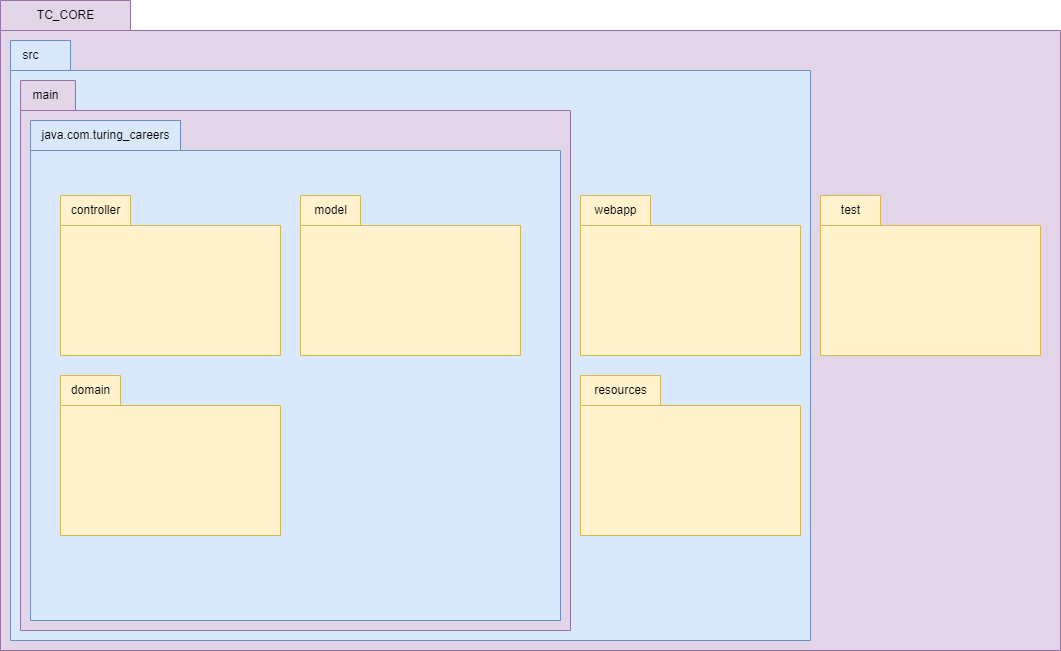
Before: Documentazione/3. Object Design Document/TC_CORE_packages.png, a diagram exported from draw.io (JacopoPassariello/TuringCareers). Source tidied: cells renumbered, new cells last; positions are measured from the earlier drawing's top-left corner, leaving out a move shared by most shapes.
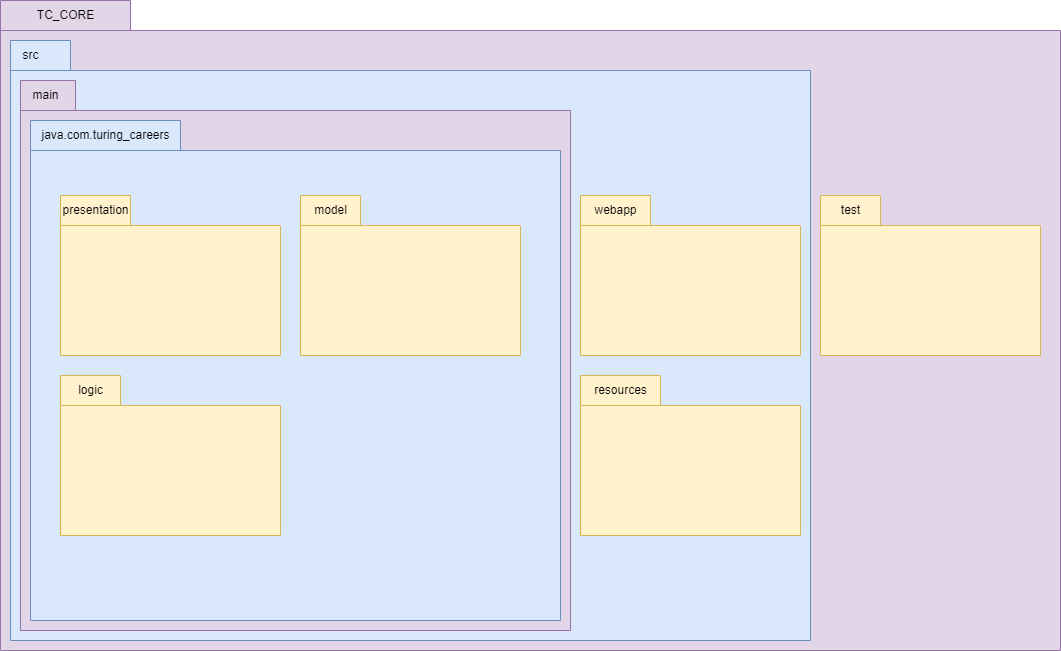
Above is the later version.

The edit, as a diff of the source:
```diff
@@ -41,11 +41,11 @@
     <mxCell id="14" style="shape=folder;fontStyle=1;spacingTop=10;tabWidth=60;tabHeight=30;tabPosition=left;html=1;whiteSpace=wrap;fillColor=#fff2cc;strokeColor=#d6b656;" parent="1" vertex="1">
       <mxGeometry x="60" y="375" width="220" height="160" as="geometry" />
     </mxCell>
-    <mxCell id="15" value="controller" style="text;html=1;align=center;verticalAlign=middle;strokeColor=none;fillColor=none;" parent="1" vertex="1">
-      <mxGeometry x="60" y="195" width="70" height="30" as="geometry" />
+    <mxCell id="15" value="presentation" style="text;html=1;align=center;verticalAlign=middle;strokeColor=none;fillColor=none;" parent="1" vertex="1">
+      <mxGeometry x="50" y="195" width="90" height="30" as="geometry" />
     </mxCell>
-    <mxCell id="16" value="domain" style="text;html=1;align=center;verticalAlign=middle;strokeColor=none;fillColor=none;" parent="1" vertex="1">
-      <mxGeometry x="60" y="375" width="60" height="30" as="geometry" />
+    <mxCell id="16" value="logic" style="text;html=1;align=center;verticalAlign=middle;strokeColor=none;fillColor=none;" parent="1" vertex="1">
+      <mxGeometry x="65" y="375" width="50" height="30" as="geometry" />
     </mxCell>
     <mxCell id="17" value="model" style="text;html=1;align=center;verticalAlign=middle;strokeColor=none;fillColor=none;" parent="1" vertex="1">
       <mxGeometry x="300" y="195" width="60" height="30" as="geometry" />
```
